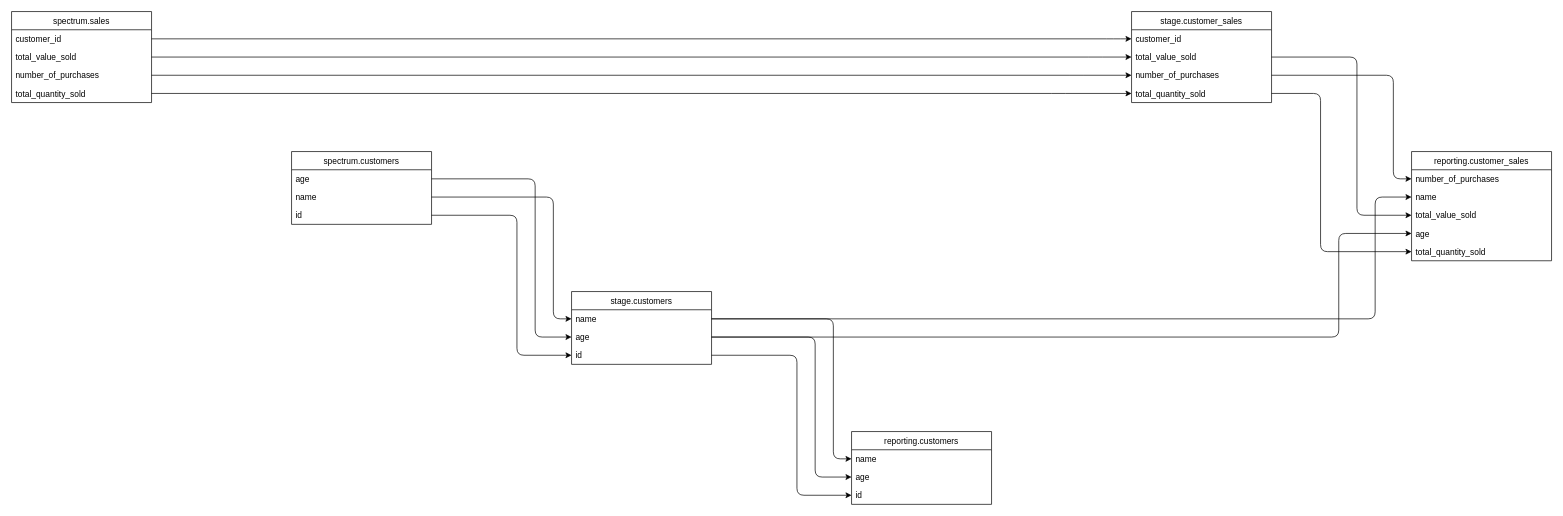
The draw.io diagram outputs/output.drawio in domherriott/sqlinks, before the edit. Source tidied: cells renumbered, new cells numbered last; positions are measured from the earlier drawing's top-left corner, leaving out a move shared by most shapes. Both pictures are drawn from the tidied source at 70%, with x=0, y=0 at pixel (11, 11).
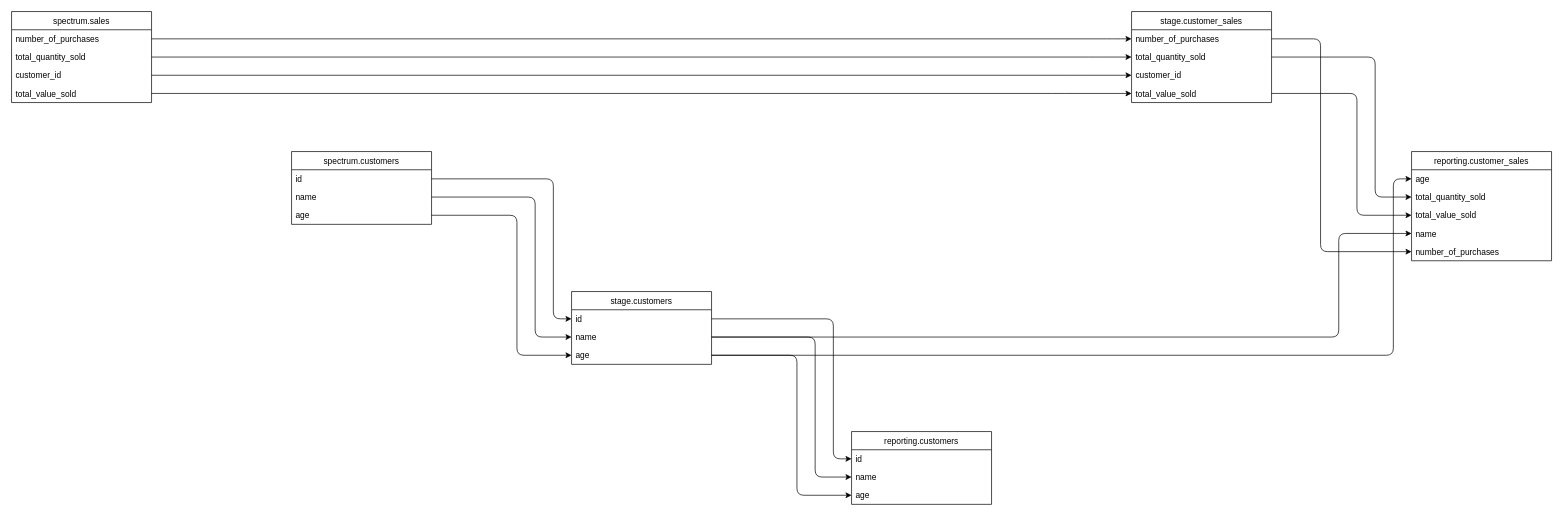
The same diagram, later.

Unchanged cells that the change refers to:
```xml
<mxCell id="2" value="reporting.customers" style="swimlane;fontStyle=0;horizontal=1;startSize=26;fillColor=none;" parent="1" vertex="1">
  <mxGeometry x="1200" y="600" width="200" height="104" as="geometry" />
</mxCell>
<mxCell id="9" value="stage.customers" style="swimlane;fontStyle=0;horizontal=1;startSize=26;fillColor=none;" parent="1" vertex="1">
  <mxGeometry x="800" y="400" width="200" height="104" as="geometry" />
</mxCell>
<mxCell id="16" value="stage.customer_sales" style="swimlane;fontStyle=0;horizontal=1;startSize=26;fillColor=none;" parent="1" vertex="1">
  <mxGeometry x="1600" width="200" height="130" as="geometry" />
</mxCell>
<mxCell id="25" value="spectrum.sales" style="swimlane;fontStyle=0;horizontal=1;startSize=26;fillColor=none;" parent="1" vertex="1">
  <mxGeometry width="200" height="130" as="geometry" />
</mxCell>
<mxCell id="30" value="spectrum.customers" style="swimlane;fontStyle=0;horizontal=1;startSize=26;fillColor=none;" parent="1" vertex="1">
  <mxGeometry x="400" y="200" width="200" height="104" as="geometry" />
</mxCell>
<mxCell id="32" value="name" style="text;strokeColor=none;fillColor=none;align=left;verticalAlign=top;spacingLeft=4;spacingRight=4;overflow=hidden;points=[[0,0.5],[1,0.5]];portConstraint=eastwest;" parent="30" vertex="1">
  <mxGeometry y="52" width="200" height="26" as="geometry" />
</mxCell>
<mxCell id="34" value="reporting.customer_sales" style="swimlane;fontStyle=0;horizontal=1;startSize=26;fillColor=none;" parent="1" vertex="1">
  <mxGeometry x="2000" y="200" width="200" height="156" as="geometry" />
</mxCell>
<mxCell id="39" value="total_value_sold" style="text;strokeColor=none;fillColor=none;align=left;verticalAlign=top;spacingLeft=4;spacingRight=4;overflow=hidden;points=[[0,0.5],[1,0.5]];portConstraint=eastwest;" parent="34" vertex="1">
  <mxGeometry y="78" width="200" height="26" as="geometry" />
</mxCell>
```

What changed in the source:
```diff
@@
-    <mxCell id="3" value="name" style="text;strokeColor=none;fillColor=none;align=left;verticalAlign=top;spacingLeft=4;spacingRight=4;overflow=hidden;points=[[0,0.5],[1,0.5]];portConstraint=eastwest;" parent="2" vertex="1">
+    <mxCell id="3" value="id" style="text;strokeColor=none;fillColor=none;align=left;verticalAlign=top;spacingLeft=4;spacingRight=4;overflow=hidden;points=[[0,0.5],[1,0.5]];portConstraint=eastwest;" parent="2" vertex="1">
       <mxGeometry y="26" width="200" height="26" as="geometry" />
     </mxCell>
@@
-    <mxCell id="5" value="age" style="text;strokeColor=none;fillColor=none;align=left;verticalAlign=top;spacingLeft=4;spacingRight=4;overflow=hidden;points=[[0,0.5],[1,0.5]];portConstraint=eastwest;" parent="2" vertex="1">
+    <mxCell id="5" value="name" style="text;strokeColor=none;fillColor=none;align=left;verticalAlign=top;spacingLeft=4;spacingRight=4;overflow=hidden;points=[[0,0.5],[1,0.5]];portConstraint=eastwest;" parent="2" vertex="1">
       <mxGeometry y="52" width="200" height="26" as="geometry" />
     </mxCell>
@@
-    <mxCell id="7" value="id" style="text;strokeColor=none;fillColor=none;align=left;verticalAlign=top;spacingLeft=4;spacingRight=4;overflow=hidden;points=[[0,0.5],[1,0.5]];portConstraint=eastwest;" parent="2" vertex="1">
+    <mxCell id="7" value="age" style="text;strokeColor=none;fillColor=none;align=left;verticalAlign=top;spacingLeft=4;spacingRight=4;overflow=hidden;points=[[0,0.5],[1,0.5]];portConstraint=eastwest;" parent="2" vertex="1">
       <mxGeometry y="78" width="200" height="26" as="geometry" />
     </mxCell>
@@
-    <mxCell id="10" value="name" style="text;strokeColor=none;fillColor=none;align=left;verticalAlign=top;spacingLeft=4;spacingRight=4;overflow=hidden;points=[[0,0.5],[1,0.5]];portConstraint=eastwest;" parent="9" vertex="1">
+    <mxCell id="10" value="id" style="text;strokeColor=none;fillColor=none;align=left;verticalAlign=top;spacingLeft=4;spacingRight=4;overflow=hidden;points=[[0,0.5],[1,0.5]];portConstraint=eastwest;" parent="9" vertex="1">
       <mxGeometry y="26" width="200" height="26" as="geometry" />
     </mxCell>
-    <mxCell id="11" style="edgeStyle=elbowEdgeStyle;elbow=horizontal;endArrow=classic;html=1;exitX=1;exitY=0.5;exitDx=0;exitDy=0;entryX=0;entryY=0.5;entryDx=0;entryDy=0;" parent="1" edge="1" source="32" target="10">
+    <mxCell id="11" style="edgeStyle=elbowEdgeStyle;elbow=horizontal;endArrow=classic;html=1;exitX=1;exitY=0.5;exitDx=0;exitDy=0;entryX=0;entryY=0.5;entryDx=0;entryDy=0;" parent="1" edge="1" source="31" target="10">
       <mxGeometry relative="1" as="geometry">
         <Array as="points">
           <mxPoint x="774" y="426" />
         </Array>
       </mxGeometry>
     </mxCell>
-    <mxCell id="12" value="age" style="text;strokeColor=none;fillColor=none;align=left;verticalAlign=top;spacingLeft=4;spacingRight=4;overflow=hidden;points=[[0,0.5],[1,0.5]];portConstraint=eastwest;" parent="9" vertex="1">
+    <mxCell id="12" value="name" style="text;strokeColor=none;fillColor=none;align=left;verticalAlign=top;spacingLeft=4;spacingRight=4;overflow=hidden;points=[[0,0.5],[1,0.5]];portConstraint=eastwest;" parent="9" vertex="1">
       <mxGeometry y="52" width="200" height="26" as="geometry" />
     </mxCell>
-    <mxCell id="13" style="edgeStyle=elbowEdgeStyle;elbow=horizontal;endArrow=classic;html=1;exitX=1;exitY=0.5;exitDx=0;exitDy=0;entryX=0;entryY=0.5;entryDx=0;entryDy=0;" parent="1" edge="1" source="31" target="12">
+    <mxCell id="13" style="edgeStyle=elbowEdgeStyle;elbow=horizontal;endArrow=classic;html=1;exitX=1;exitY=0.5;exitDx=0;exitDy=0;entryX=0;entryY=0.5;entryDx=0;entryDy=0;" parent="1" edge="1" source="32" target="12">
       <mxGeometry relative="1" as="geometry">
         <Array as="points">
           <mxPoint x="748" y="452" />
         </Array>
       </mxGeometry>
     </mxCell>
-    <mxCell id="14" value="id" style="text;strokeColor=none;fillColor=none;align=left;verticalAlign=top;spacingLeft=4;spacingRight=4;overflow=hidden;points=[[0,0.5],[1,0.5]];portConstraint=eastwest;" parent="9" vertex="1">
+    <mxCell id="14" value="age" style="text;strokeColor=none;fillColor=none;align=left;verticalAlign=top;spacingLeft=4;spacingRight=4;overflow=hidden;points=[[0,0.5],[1,0.5]];portConstraint=eastwest;" parent="9" vertex="1">
       <mxGeometry y="78" width="200" height="26" as="geometry" />
     </mxCell>
@@
-    <mxCell id="17" value="customer_id" style="text;strokeColor=none;fillColor=none;align=left;verticalAlign=top;spacingLeft=4;spacingRight=4;overflow=hidden;points=[[0,0.5],[1,0.5]];portConstraint=eastwest;" parent="16" vertex="1">
+    <mxCell id="17" value="number_of_purchases" style="text;strokeColor=none;fillColor=none;align=left;verticalAlign=top;spacingLeft=4;spacingRight=4;overflow=hidden;points=[[0,0.5],[1,0.5]];portConstraint=eastwest;" parent="16" vertex="1">
       <mxGeometry y="26" width="200" height="26" as="geometry" />
     </mxCell>
@@
-    <mxCell id="19" value="total_value_sold" style="text;strokeColor=none;fillColor=none;align=left;verticalAlign=top;spacingLeft=4;spacingRight=4;overflow=hidden;points=[[0,0.5],[1,0.5]];portConstraint=eastwest;" parent="16" vertex="1">
+    <mxCell id="19" value="total_quantity_sold" style="text;strokeColor=none;fillColor=none;align=left;verticalAlign=top;spacingLeft=4;spacingRight=4;overflow=hidden;points=[[0,0.5],[1,0.5]];portConstraint=eastwest;" parent="16" vertex="1">
       <mxGeometry y="52" width="200" height="26" as="geometry" />
     </mxCell>
@@
-    <mxCell id="21" value="number_of_purchases" style="text;strokeColor=none;fillColor=none;align=left;verticalAlign=top;spacingLeft=4;spacingRight=4;overflow=hidden;points=[[0,0.5],[1,0.5]];portConstraint=eastwest;" parent="16" vertex="1">
+    <mxCell id="21" value="customer_id" style="text;strokeColor=none;fillColor=none;align=left;verticalAlign=top;spacingLeft=4;spacingRight=4;overflow=hidden;points=[[0,0.5],[1,0.5]];portConstraint=eastwest;" parent="16" vertex="1">
       <mxGeometry y="78" width="200" height="26" as="geometry" />
     </mxCell>
@@
-    <mxCell id="23" value="total_quantity_sold" style="text;strokeColor=none;fillColor=none;align=left;verticalAlign=top;spacingLeft=4;spacingRight=4;overflow=hidden;points=[[0,0.5],[1,0.5]];portConstraint=eastwest;" parent="16" vertex="1">
+    <mxCell id="23" value="total_value_sold" style="text;strokeColor=none;fillColor=none;align=left;verticalAlign=top;spacingLeft=4;spacingRight=4;overflow=hidden;points=[[0,0.5],[1,0.5]];portConstraint=eastwest;" parent="16" vertex="1">
       <mxGeometry y="104" width="200" height="26" as="geometry" />
     </mxCell>
@@
-    <mxCell id="26" value="customer_id" style="text;strokeColor=none;fillColor=none;align=left;verticalAlign=top;spacingLeft=4;spacingRight=4;overflow=hidden;points=[[0,0.5],[1,0.5]];portConstraint=eastwest;" parent="25" vertex="1">
+    <mxCell id="26" value="number_of_purchases" style="text;strokeColor=none;fillColor=none;align=left;verticalAlign=top;spacingLeft=4;spacingRight=4;overflow=hidden;points=[[0,0.5],[1,0.5]];portConstraint=eastwest;" parent="25" vertex="1">
       <mxGeometry y="26" width="200" height="26" as="geometry" />
     </mxCell>
-    <mxCell id="27" value="total_value_sold" style="text;strokeColor=none;fillColor=none;align=left;verticalAlign=top;spacingLeft=4;spacingRight=4;overflow=hidden;points=[[0,0.5],[1,0.5]];portConstraint=eastwest;" parent="25" vertex="1">
+    <mxCell id="27" value="total_quantity_sold" style="text;strokeColor=none;fillColor=none;align=left;verticalAlign=top;spacingLeft=4;spacingRight=4;overflow=hidden;points=[[0,0.5],[1,0.5]];portConstraint=eastwest;" parent="25" vertex="1">
       <mxGeometry y="52" width="200" height="26" as="geometry" />
     </mxCell>
-    <mxCell id="28" value="number_of_purchases" style="text;strokeColor=none;fillColor=none;align=left;verticalAlign=top;spacingLeft=4;spacingRight=4;overflow=hidden;points=[[0,0.5],[1,0.5]];portConstraint=eastwest;" parent="25" vertex="1">
+    <mxCell id="28" value="customer_id" style="text;strokeColor=none;fillColor=none;align=left;verticalAlign=top;spacingLeft=4;spacingRight=4;overflow=hidden;points=[[0,0.5],[1,0.5]];portConstraint=eastwest;" parent="25" vertex="1">
       <mxGeometry y="78" width="200" height="26" as="geometry" />
     </mxCell>
-    <mxCell id="29" value="total_quantity_sold" style="text;strokeColor=none;fillColor=none;align=left;verticalAlign=top;spacingLeft=4;spacingRight=4;overflow=hidden;points=[[0,0.5],[1,0.5]];portConstraint=eastwest;" parent="25" vertex="1">
+    <mxCell id="29" value="total_value_sold" style="text;strokeColor=none;fillColor=none;align=left;verticalAlign=top;spacingLeft=4;spacingRight=4;overflow=hidden;points=[[0,0.5],[1,0.5]];portConstraint=eastwest;" parent="25" vertex="1">
       <mxGeometry y="104" width="200" height="26" as="geometry" />
     </mxCell>
@@
-    <mxCell id="31" value="age" style="text;strokeColor=none;fillColor=none;align=left;verticalAlign=top;spacingLeft=4;spacingRight=4;overflow=hidden;points=[[0,0.5],[1,0.5]];portConstraint=eastwest;" parent="30" vertex="1">
+    <mxCell id="31" value="id" style="text;strokeColor=none;fillColor=none;align=left;verticalAlign=top;spacingLeft=4;spacingRight=4;overflow=hidden;points=[[0,0.5],[1,0.5]];portConstraint=eastwest;" parent="30" vertex="1">
       <mxGeometry y="26" width="200" height="26" as="geometry" />
     </mxCell>
@@
-    <mxCell id="33" value="id" style="text;strokeColor=none;fillColor=none;align=left;verticalAlign=top;spacingLeft=4;spacingRight=4;overflow=hidden;points=[[0,0.5],[1,0.5]];portConstraint=eastwest;" parent="30" vertex="1">
+    <mxCell id="33" value="age" style="text;strokeColor=none;fillColor=none;align=left;verticalAlign=top;spacingLeft=4;spacingRight=4;overflow=hidden;points=[[0,0.5],[1,0.5]];portConstraint=eastwest;" parent="30" vertex="1">
       <mxGeometry y="78" width="200" height="26" as="geometry" />
     </mxCell>
@@
-    <mxCell id="35" value="number_of_purchases" style="text;strokeColor=none;fillColor=none;align=left;verticalAlign=top;spacingLeft=4;spacingRight=4;overflow=hidden;points=[[0,0.5],[1,0.5]];portConstraint=eastwest;" parent="34" vertex="1">
+    <mxCell id="35" value="age" style="text;strokeColor=none;fillColor=none;align=left;verticalAlign=top;spacingLeft=4;spacingRight=4;overflow=hidden;points=[[0,0.5],[1,0.5]];portConstraint=eastwest;" parent="34" vertex="1">
       <mxGeometry y="26" width="200" height="26" as="geometry" />
     </mxCell>
-    <mxCell id="36" style="edgeStyle=elbowEdgeStyle;elbow=horizontal;endArrow=classic;html=1;exitX=1;exitY=0.5;exitDx=0;exitDy=0;entryX=0;entryY=0.5;entryDx=0;entryDy=0;" parent="1" edge="1" source="21" target="35">
+    <mxCell id="36" style="edgeStyle=elbowEdgeStyle;elbow=horizontal;endArrow=classic;html=1;exitX=1;exitY=0.5;exitDx=0;exitDy=0;entryX=0;entryY=0.5;entryDx=0;entryDy=0;" parent="1" edge="1" source="14" target="35">
       <mxGeometry relative="1" as="geometry">
         <Array as="points">
           <mxPoint x="1974" y="226" />
         </Array>
       </mxGeometry>
     </mxCell>
-    <mxCell id="37" value="name" style="text;strokeColor=none;fillColor=none;align=left;verticalAlign=top;spacingLeft=4;spacingRight=4;overflow=hidden;points=[[0,0.5],[1,0.5]];portConstraint=eastwest;" parent="34" vertex="1">
+    <mxCell id="37" value="total_quantity_sold" style="text;strokeColor=none;fillColor=none;align=left;verticalAlign=top;spacingLeft=4;spacingRight=4;overflow=hidden;points=[[0,0.5],[1,0.5]];portConstraint=eastwest;" parent="34" vertex="1">
       <mxGeometry y="52" width="200" height="26" as="geometry" />
     </mxCell>
-    <mxCell id="38" style="edgeStyle=elbowEdgeStyle;elbow=horizontal;endArrow=classic;html=1;exitX=1;exitY=0.5;exitDx=0;exitDy=0;entryX=0;entryY=0.5;entryDx=0;entryDy=0;" parent="1" edge="1" source="10" target="37">
+    <mxCell id="38" style="edgeStyle=elbowEdgeStyle;elbow=horizontal;endArrow=classic;html=1;exitX=1;exitY=0.5;exitDx=0;exitDy=0;entryX=0;entryY=0.5;entryDx=0;entryDy=0;" parent="1" edge="1" source="19" target="37">
       <mxGeometry relative="1" as="geometry">
         <Array as="points">
           <mxPoint x="1948" y="252" />
         </Array>
       </mxGeometry>
     </mxCell>
@@
-    <mxCell id="40" style="edgeStyle=elbowEdgeStyle;elbow=horizontal;endArrow=classic;html=1;exitX=1;exitY=0.5;exitDx=0;exitDy=0;entryX=0;entryY=0.5;entryDx=0;entryDy=0;" parent="1" edge="1" source="19" target="39">
+    <mxCell id="40" style="edgeStyle=elbowEdgeStyle;elbow=horizontal;endArrow=classic;html=1;exitX=1;exitY=0.5;exitDx=0;exitDy=0;entryX=0;entryY=0.5;entryDx=0;entryDy=0;" parent="1" edge="1" source="23" target="39">
       <mxGeometry relative="1" as="geometry">
         <Array as="points">
           <mxPoint x="1922" y="278" />
         </Array>
       </mxGeometry>
     </mxCell>
-    <mxCell id="41" value="age" style="text;strokeColor=none;fillColor=none;align=left;verticalAlign=top;spacingLeft=4;spacingRight=4;overflow=hidden;points=[[0,0.5],[1,0.5]];portConstraint=eastwest;" parent="34" vertex="1">
+    <mxCell id="41" value="name" style="text;strokeColor=none;fillColor=none;align=left;verticalAlign=top;spacingLeft=4;spacingRight=4;overflow=hidden;points=[[0,0.5],[1,0.5]];portConstraint=eastwest;" parent="34" vertex="1">
       <mxGeometry y="104" width="200" height="26" as="geometry" />
     </mxCell>
@@
-    <mxCell id="43" value="total_quantity_sold" style="text;strokeColor=none;fillColor=none;align=left;verticalAlign=top;spacingLeft=4;spacingRight=4;overflow=hidden;points=[[0,0.5],[1,0.5]];portConstraint=eastwest;" parent="34" vertex="1">
+    <mxCell id="43" value="number_of_purchases" style="text;strokeColor=none;fillColor=none;align=left;verticalAlign=top;spacingLeft=4;spacingRight=4;overflow=hidden;points=[[0,0.5],[1,0.5]];portConstraint=eastwest;" parent="34" vertex="1">
       <mxGeometry y="130" width="200" height="26" as="geometry" />
     </mxCell>
-    <mxCell id="44" style="edgeStyle=elbowEdgeStyle;elbow=horizontal;endArrow=classic;html=1;exitX=1;exitY=0.5;exitDx=0;exitDy=0;entryX=0;entryY=0.5;entryDx=0;entryDy=0;" parent="1" edge="1" source="23" target="43">
+    <mxCell id="44" style="edgeStyle=elbowEdgeStyle;elbow=horizontal;endArrow=classic;html=1;exitX=1;exitY=0.5;exitDx=0;exitDy=0;entryX=0;entryY=0.5;entryDx=0;entryDy=0;" parent="1" edge="1" source="17" target="43">
       <mxGeometry relative="1" as="geometry">
         <Array as="points">
           <mxPoint x="1870" y="330" />
         </Array>
       </mxGeometry>
     </mxCell>
```
